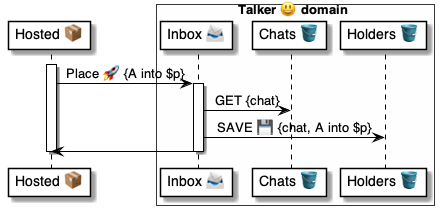
This is 4 ⚙️ Solution/35 💬 Chats/Talkers 😃/😃🅰️ Talker methods/Place 🧑‍💻🚀😃/😃 Place ⚙️ uml.png from pollyweb-org/pollyweb-docs, a PlantUML export, as it was before one commit. Its source is kept beside it as 4 ⚙️ Solution/35 💬 Chats/Talkers 😃/😃🅰️ Talker methods/Place 🧑‍💻🚀😃/😃 Place ⚙️ uml.puml. Its diagram source:
```plantuml
@startuml Place@Talker

participant "Hosted 📦" as hosted

box Talker 😃 domain #FFFFFA
    participant "Inbox 📨" as inbox
    participant "Chats 🪣" as chats
    participant "Holders 🪣" as holders
end box


activate hosted
    hosted -> inbox: Place 🚀 {A into $p}

    activate inbox
        inbox -> chats: GET {chat}
        inbox -> holders: SAVE 💾 {chat, A into $p}
        inbox -> hosted:
    deactivate inbox

deactivate hosted

@enduml
```
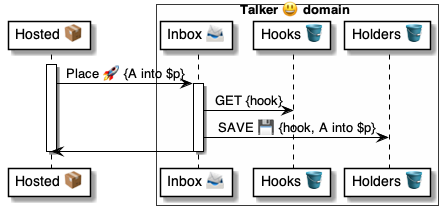
The same file after the commit.

Diff of the diagram source:
```diff
@@ -4,7 +4,7 @@
 
 box Talker 😃 domain #FFFFFA
     participant "Inbox 📨" as inbox
-    participant "Chats 🪣" as chats
+    participant "Hooks 🪣" as hooks
     participant "Holders 🪣" as holders
 end box
 
@@ -13,8 +13,8 @@
     hosted -> inbox: Place 🚀 {A into $p}
 
     activate inbox
-        inbox -> chats: GET {chat}
-        inbox -> holders: SAVE 💾 {chat, A into $p}
+        inbox -> hooks: GET {hook}
+        inbox -> holders: SAVE 💾 {hook, A into $p}
         inbox -> hosted:
     deactivate inbox
 
```
